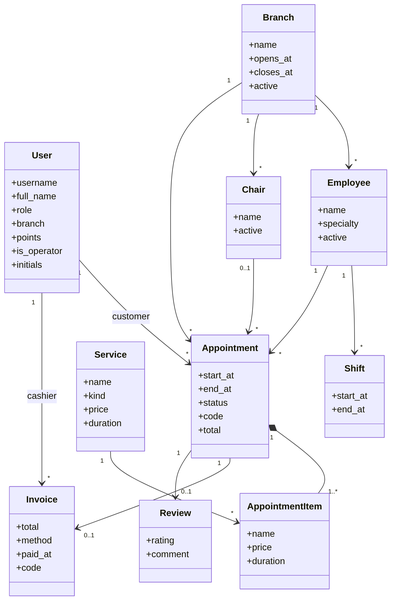
This is docs/diagrams/07-domain-class.png from tunato2807-del/ptpmhdtuong, a Mermaid export, as it was before one commit. Its source is kept beside it as docs/diagrams/07-domain-class.mmd. Source of this version:
```mermaid
classDiagram
  class User {
    +username
    +full_name
    +role
    +branch
    +points
    +is_operator
    +initials
  }
  class Branch {
    +name
    +opens_at
    +closes_at
    +active
  }
  class Employee {
    +name
    +specialty
    +active
  }
  class Chair {
    +name
    +active
  }
  class Shift {
    +start_at
    +end_at
  }
  class Service {
    +name
    +kind
    +price
    +duration
  }
  class Appointment {
    +start_at
    +end_at
    +status
    +code
    +total
  }
  class AppointmentItem {
    +name
    +price
    +duration
  }
  class Invoice {
    +total
    +method
    +paid_at
    +code
  }
  class Review {
    +rating
    +comment
  }
  Branch "1" --> "*" Employee
  Branch "1" --> "*" Chair
  Branch "1" --> "*" Appointment
  Employee "1" --> "*" Shift
  Employee "1" --> "*" Appointment
  User "1" --> "*" Appointment : customer
  Chair "0..1" --> "*" Appointment
  Appointment "1" *-- "1..*" AppointmentItem
  Service "1" --> "*" AppointmentItem
  Appointment "1" --> "0..1" Invoice
  Appointment "1" --> "0..1" Review
  User "1" --> "*" Invoice : cashier
```
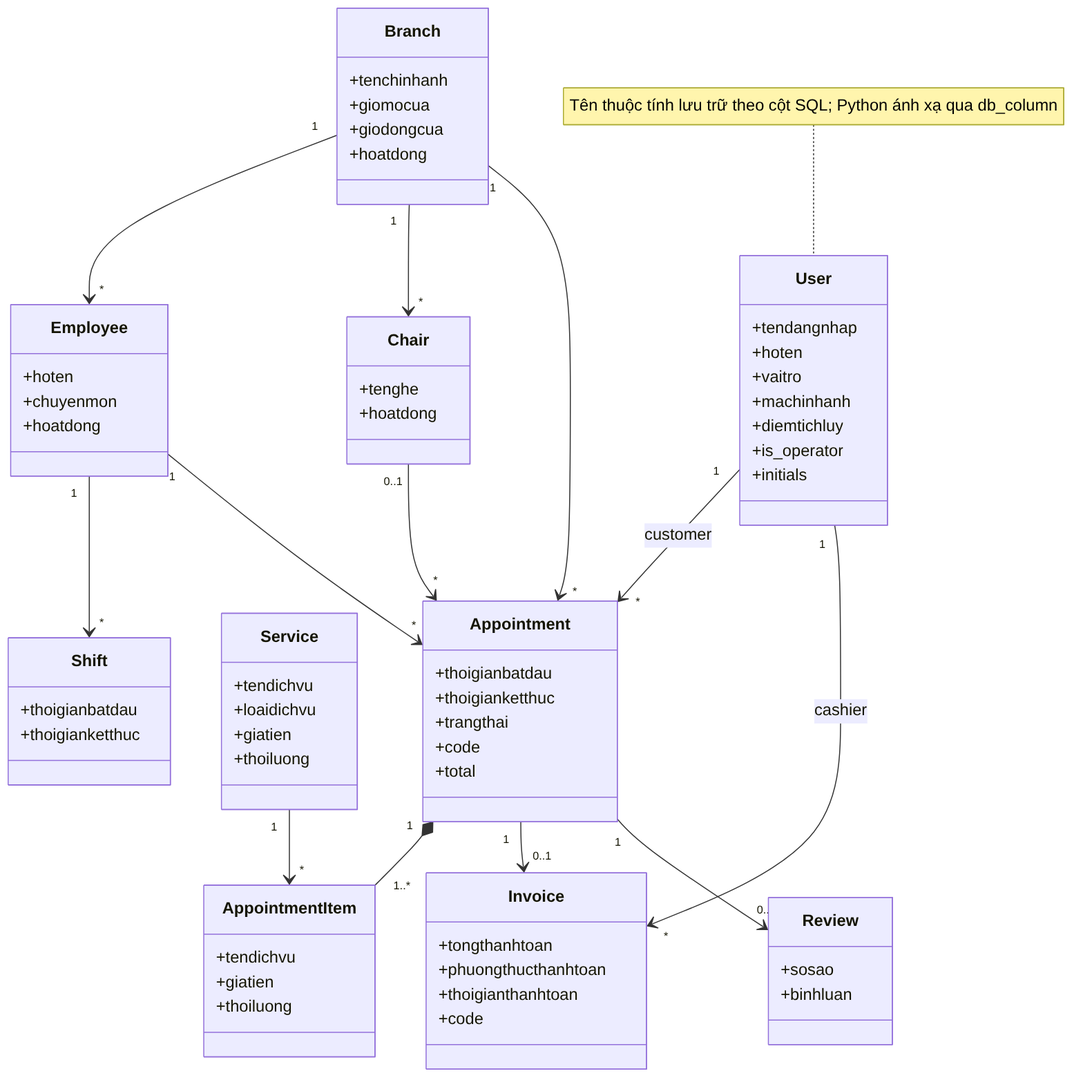
The same file after the commit.

What changed in the source:
```diff
@@ -1,59 +1,59 @@
 classDiagram
   class User {
-    +username
-    +full_name
-    +role
-    +branch
-    +points
+    +tendangnhap
+    +hoten
+    +vaitro
+    +machinhanh
+    +diemtichluy
     +is_operator
     +initials
   }
   class Branch {
-    +name
-    +opens_at
-    +closes_at
-    +active
+    +tenchinhanh
+    +giomocua
+    +giodongcua
+    +hoatdong
   }
   class Employee {
-    +name
-    +specialty
-    +active
+    +hoten
+    +chuyenmon
+    +hoatdong
   }
   class Chair {
-    +name
-    +active
+    +tenghe
+    +hoatdong
   }
   class Shift {
-    +start_at
-    +end_at
+    +thoigianbatdau
+    +thoigianketthuc
   }
   class Service {
-    +name
-    +kind
-    +price
-    +duration
+    +tendichvu
+    +loaidichvu
+    +giatien
+    +thoiluong
   }
   class Appointment {
-    +start_at
-    +end_at
-    +status
+    +thoigianbatdau
+    +thoigianketthuc
+    +trangthai
     +code
     +total
   }
   class AppointmentItem {
-    +name
-    +price
-    +duration
+    +tendichvu
+    +giatien
+    +thoiluong
   }
   class Invoice {
-    +total
-    +method
-    +paid_at
+    +tongthanhtoan
+    +phuongthucthanhtoan
+    +thoigianthanhtoan
     +code
   }
   class Review {
-    +rating
-    +comment
+    +sosao
+    +binhluan
   }
   Branch "1" --> "*" Employee
   Branch "1" --> "*" Chair
@@ -67,3 +67,4 @@
   Appointment "1" --> "0..1" Invoice
   Appointment "1" --> "0..1" Review
   User "1" --> "*" Invoice : cashier
+  note for User "Tên thuộc tính lưu trữ theo cột SQL; Python ánh xạ qua db_column"
```
